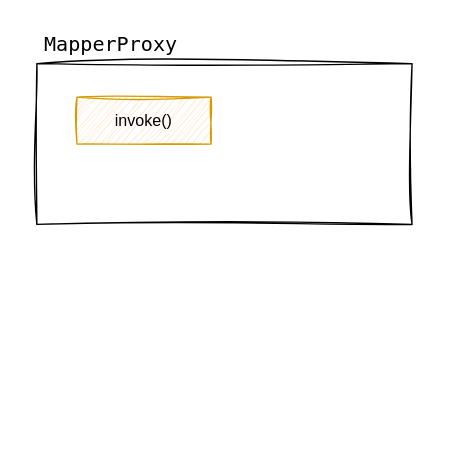
The draw.io diagram page "参数拼接" (2 of 2) of Drawio/MyBatis.drawio in xinzhuxiansheng/blog-notes, before the edit. Source tidied: cells renumbered, new cells numbered last; positions are measured from the earlier drawing's top-left corner, leaving out a move shared by most shapes. Both pictures are drawn from the tidied source at 134%, with x=0, y=0 at pixel (29, 23).
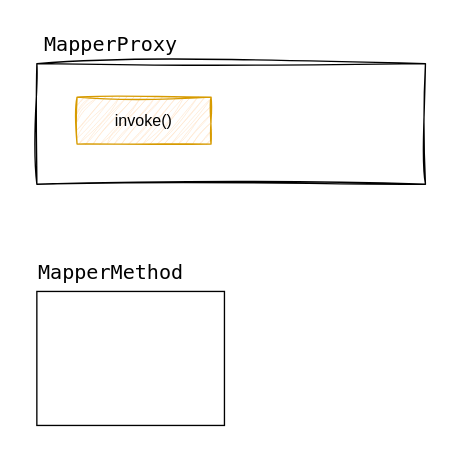
The same diagram, later.

The edit, as a diff of the source:
```diff
@@
 <mxGraphModel>
   <root>
     <mxCell id="0" />
     <mxCell id="1" parent="0" />
     <mxCell id="2" style="whiteSpace=wrap;html=1;fontFamily=Lucida Console;fontSize=15;sketch=1;curveFitting=1;jiggle=2;" parent="1" vertex="1">
-      <mxGeometry x="5" y="30" width="280" height="120" as="geometry" />
+      <mxGeometry x="5" y="30" width="290" height="90" as="geometry" />
     </mxCell>
     <mxCell id="3" value="MapperProxy" style="text;html=1;align=center;verticalAlign=middle;strokeColor=none;fillColor=none;fontFamily=Lucida Console;fontSize=15;sketch=1;curveFitting=1;jiggle=2;" parent="1" vertex="1">
       <mxGeometry width="120" height="30" as="geometry" />
     </mxCell>
     <mxCell id="4" value="invoke()" style="rounded=0;whiteSpace=wrap;html=1;fillColor=#ffe6cc;strokeColor=#d79b00;sketch=1;curveFitting=1;jiggle=2;" parent="1" vertex="1">
       <mxGeometry x="35" y="55" width="100" height="35" as="geometry" />
     </mxCell>
+    <mxCell id="5" style="rounded=0;whiteSpace=wrap;html=1;" parent="1" vertex="1">
+      <mxGeometry x="5" y="200" width="140" height="100" as="geometry" />
+    </mxCell>
+    <mxCell id="6" value="MapperMethod" style="text;html=1;align=center;verticalAlign=middle;strokeColor=none;fillColor=none;fontFamily=Lucida Console;fontSize=15;sketch=1;curveFitting=1;jiggle=2;" parent="1" vertex="1">
+      <mxGeometry x="-5" y="170" width="130" height="30" as="geometry" />
+    </mxCell>
   </root>
 </mxGraphModel>
```
